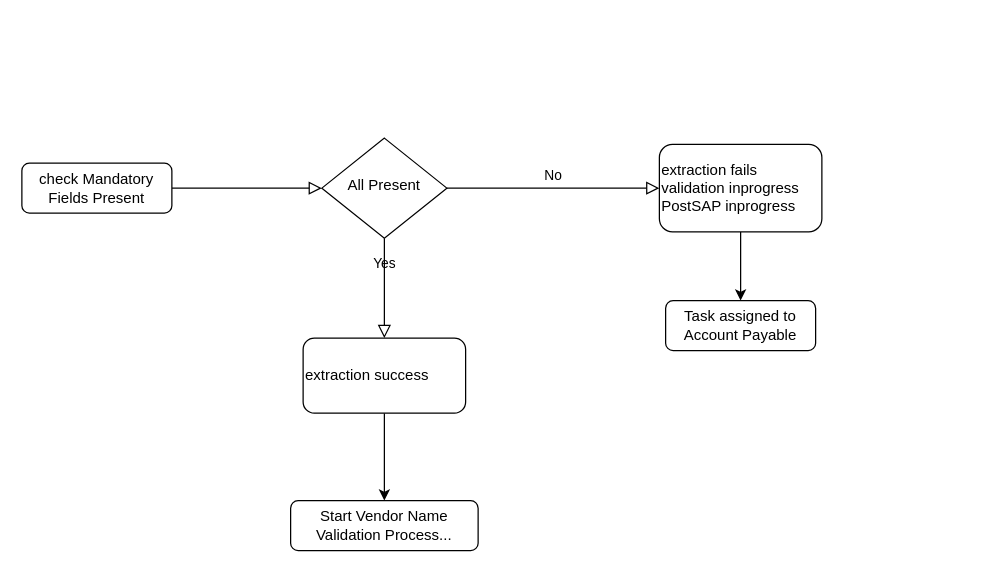
pratikdimble/Diagram keeps this draw.io diagram as page "Mandatory Fields" (1 of 9) of Invoice management/IMA Validation technical Diagram.drawio. Above is the earlier version. Source tidied: cells renumbered, new cells numbered last; positions are measured from the earlier drawing's top-left corner, leaving out a move shared by most shapes. Both pictures are drawn from the tidied source at 125%, with x=0, y=0 at pixel (21, 138).
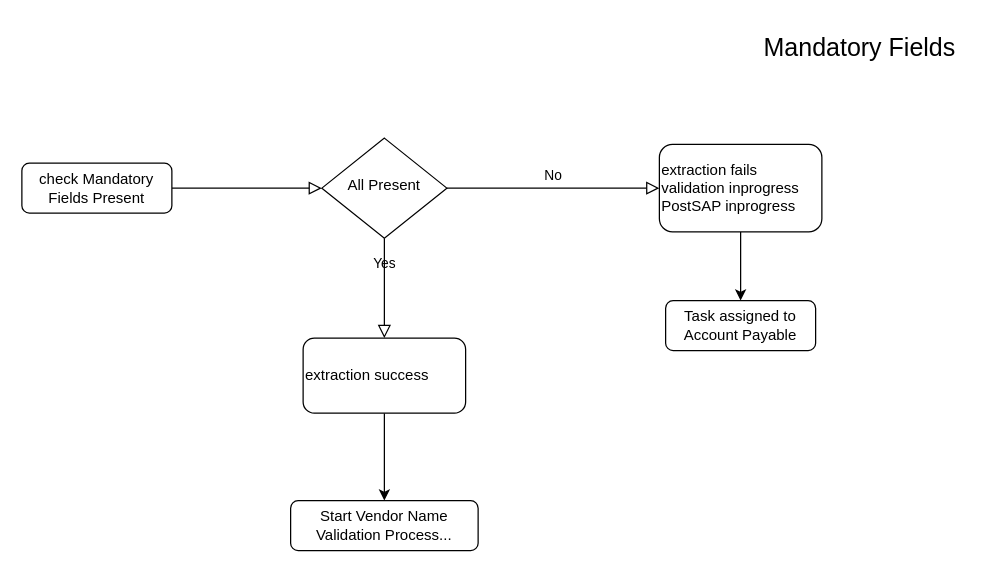
The same diagram, later.

The edit, as a diff of the source:
```diff
@@
 <mxGraphModel>
   <root>
     <mxCell id="0" />
     <mxCell id="1" parent="0" />
     <mxCell id="2" style="rounded=0;html=1;jettySize=auto;fontSize=11;endArrow=block;endFill=0;endSize=8;strokeWidth=1;shadow=0;labelBackgroundColor=none;edgeStyle=orthogonalEdgeStyle;" parent="1" edge="1" source="3" target="6">
       <mxGeometry relative="1" as="geometry" />
     </mxCell>
     <mxCell id="3" value="check Mandatory Fields Present" style="rounded=1;whiteSpace=wrap;html=1;fontSize=12;glass=0;strokeWidth=1;shadow=0;" parent="1" vertex="1">
       <mxGeometry y="20" width="120" height="40" as="geometry" />
     </mxCell>
     <mxCell id="4" value="Yes" style="rounded=0;html=1;jettySize=auto;fontSize=11;endArrow=block;endFill=0;endSize=8;strokeWidth=1;shadow=0;labelBackgroundColor=none;edgeStyle=orthogonalEdgeStyle;" parent="1" edge="1" source="6">
       <mxGeometry y="20" relative="1" as="geometry">
         <mxPoint x="290" y="160" as="targetPoint" />
       </mxGeometry>
     </mxCell>
     <mxCell id="5" value="No" style="edgeStyle=orthogonalEdgeStyle;rounded=0;html=1;jettySize=auto;fontSize=11;endArrow=block;endFill=0;endSize=8;strokeWidth=1;shadow=0;labelBackgroundColor=none;" parent="1" edge="1" source="6" target="8">
       <mxGeometry y="10" relative="1" as="geometry" />
     </mxCell>
     <mxCell id="6" value="All Present" style="rhombus;whiteSpace=wrap;html=1;shadow=0;fontFamily=Helvetica;fontSize=12;align=center;strokeWidth=1;spacing=6;spacingTop=-4;" parent="1" vertex="1">
       <mxGeometry x="240" width="100" height="80" as="geometry" />
     </mxCell>
     <mxCell id="7" style="edgeStyle=orthogonalEdgeStyle;rounded=0;jettySize=auto;html=1;entryX=0.5;entryY=0;entryDx=0;entryDy=0;" parent="1" edge="1" source="8" target="10">
       <mxGeometry relative="1" as="geometry" />
     </mxCell>
     <mxCell id="8" value="extraction fails&lt;br&gt;validation inprogress&lt;br&gt;&lt;div style=&quot;&quot;&gt;&lt;span style=&quot;background-color: initial;&quot;&gt;PostSAP inprogress&lt;/span&gt;&lt;/div&gt;" style="rounded=1;whiteSpace=wrap;html=1;fontSize=12;glass=0;strokeWidth=1;shadow=0;align=left;" parent="1" vertex="1">
       <mxGeometry x="510" y="5" width="130" height="70" as="geometry" />
     </mxCell>
     <mxCell id="9" value="Start Vendor Name Validation Process..." style="rounded=1;whiteSpace=wrap;html=1;fontSize=12;glass=0;strokeWidth=1;shadow=0;" parent="1" vertex="1">
       <mxGeometry x="215" y="290" width="150" height="40" as="geometry" />
     </mxCell>
     <mxCell id="10" value="Task assigned to Account Payable" style="rounded=1;whiteSpace=wrap;html=1;fontSize=12;glass=0;strokeWidth=1;shadow=0;" parent="1" vertex="1">
       <mxGeometry x="515" y="130" width="120" height="40" as="geometry" />
     </mxCell>
     <mxCell id="11" style="edgeStyle=orthogonalEdgeStyle;rounded=0;jettySize=auto;html=1;exitX=0.5;exitY=1;exitDx=0;exitDy=0;entryX=0.5;entryY=0;entryDx=0;entryDy=0;" parent="1" edge="1" source="12" target="9">
       <mxGeometry relative="1" as="geometry" />
     </mxCell>
     <mxCell id="12" value="extraction success" style="rounded=1;whiteSpace=wrap;html=1;fontSize=12;glass=0;strokeWidth=1;shadow=0;align=left;" parent="1" vertex="1">
       <mxGeometry x="225" y="160" width="130" height="60" as="geometry" />
     </mxCell>
+    <mxCell id="13" value="Mandatory Fields" style="text;html=1;align=center;verticalAlign=middle;strokeColor=none;fillColor=none;fontSize=20;" parent="1" vertex="1">
+      <mxGeometry x="580" y="-93" width="180" height="40" as="geometry" />
+    </mxCell>
   </root>
 </mxGraphModel>
```
